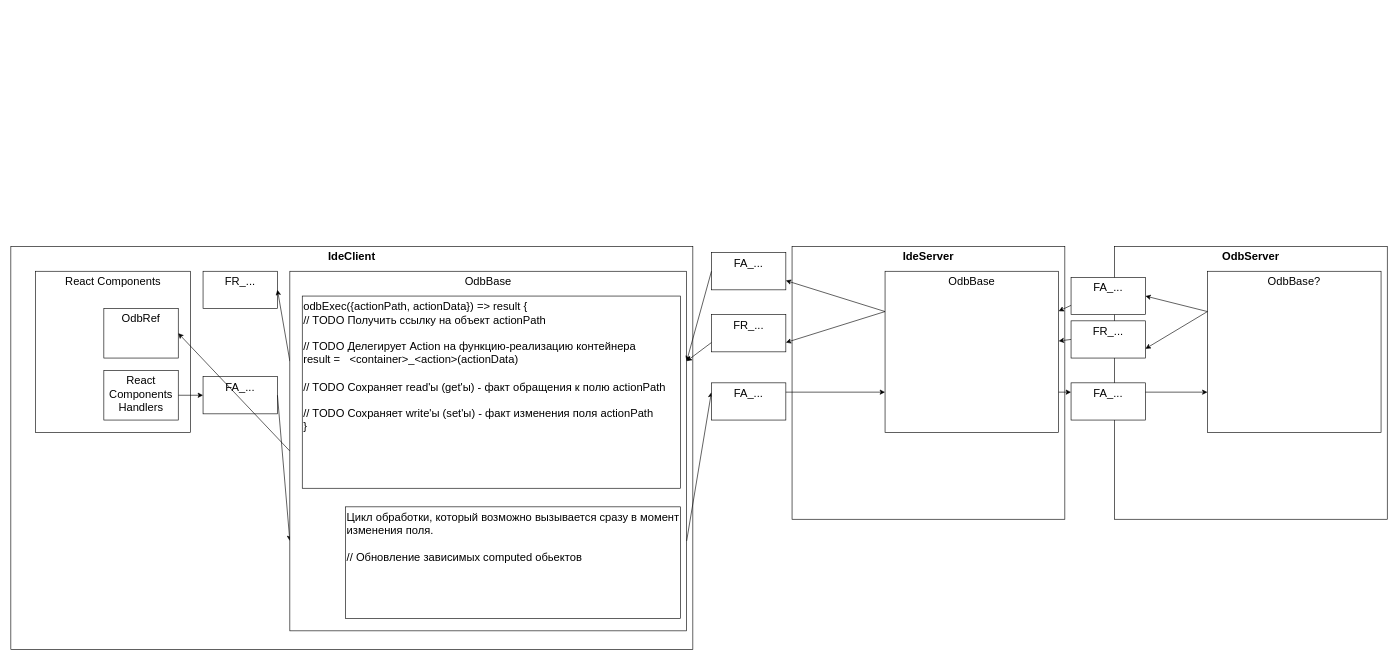
Earlier version of the draw.io diagram odb.drawio (yuyaryshev/draw_io_docs). Source tidied: cells renumbered, new cells numbered last; positions are measured from the earlier drawing's top-left corner, leaving out a move shared by most shapes. Both pictures are drawn from the tidied source at 62%, with x=0, y=0 at pixel (11, 246).
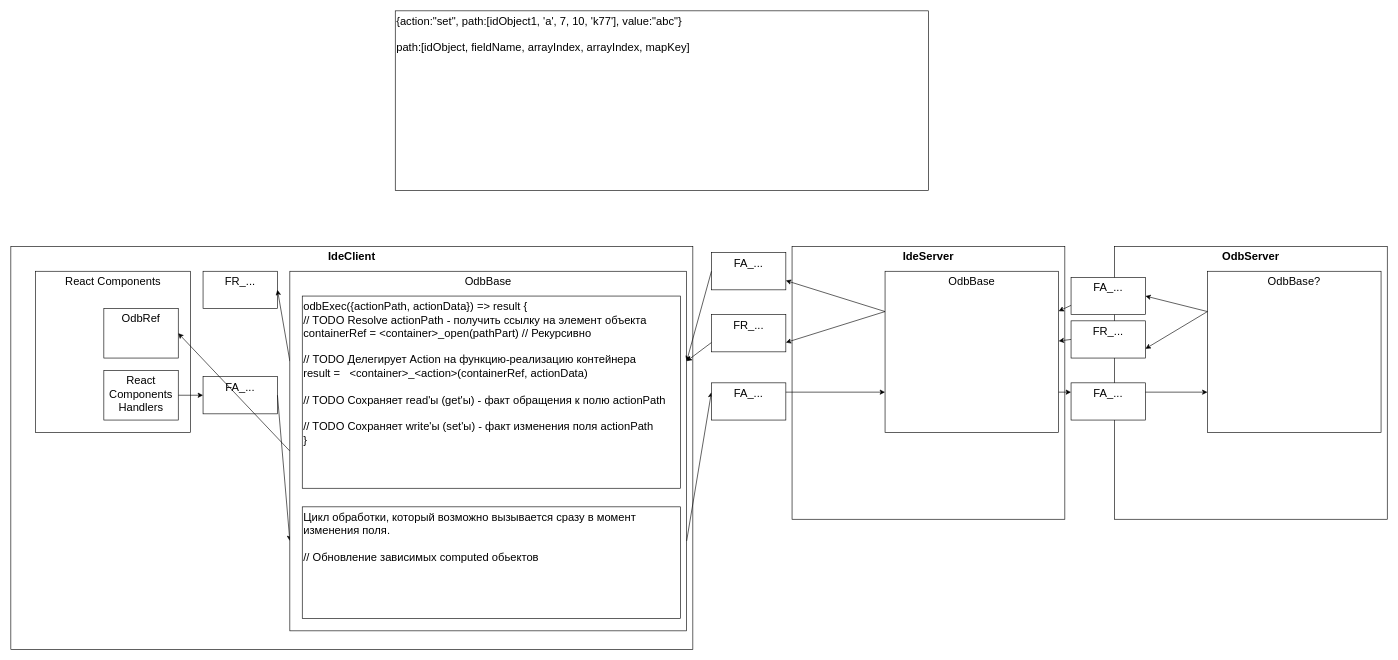
Above is the later version.

What changed in the source:
```diff
@@
-    <mxCell id="29" value="odbExec({actionPath, actionData}) =&amp;gt; result {&lt;br&gt;// TODO Получить ссылку на объект actionPath&lt;br&gt;&lt;br&gt;// TODO Делегирует Action на функцию-реализацию контейнера&lt;br&gt;result =&amp;nbsp; &amp;nbsp;&amp;lt;container&amp;gt;_&amp;lt;action&amp;gt;(actionData)&lt;br&gt;&lt;br&gt;// TODO Сохраняет read'ы (get'ы) - факт обращения к полю actionPath&lt;br&gt;&lt;br&gt;// TODO Сохраняет write'ы (set'ы) - факт изменения поля actionPath&lt;br&gt;}" style="rounded=0;whiteSpace=wrap;html=1;fontSize=18;verticalAlign=top;align=left;" parent="1" vertex="1">
+    <mxCell id="29" value="odbExec({actionPath, actionData}) =&amp;gt; result {&lt;br&gt;// TODO Resolve actionPath - получить ссылку на элемент объекта&lt;br&gt;containerRef = &amp;lt;container&amp;gt;_open(pathPart) // Рекурсивно&lt;br&gt;&lt;br&gt;// TODO Делегирует Action на функцию-реализацию контейнера&lt;br&gt;result =&amp;nbsp; &amp;nbsp;&amp;lt;container&amp;gt;_&amp;lt;action&amp;gt;(containerRef, actionData)&lt;br&gt;&lt;br&gt;// TODO Сохраняет read'ы (get'ы) - факт обращения к полю actionPath&lt;br&gt;&lt;br&gt;// TODO Сохраняет write'ы (set'ы) - факт изменения поля actionPath&lt;br&gt;}" style="rounded=0;whiteSpace=wrap;html=1;fontSize=18;verticalAlign=top;align=left;" parent="1" vertex="1">
       <mxGeometry x="470" y="80" width="610" height="310" as="geometry" />
     </mxCell>
     <mxCell id="30" value="Цикл обработки, который возможно вызывается сразу в момент изменения поля.&lt;br&gt;&lt;br&gt;// Обновление зависимых computed обьектов" style="rounded=0;whiteSpace=wrap;html=1;fontSize=18;verticalAlign=top;align=left;" parent="1" vertex="1">
-      <mxGeometry x="540" y="420" width="540" height="180" as="geometry" />
+      <mxGeometry x="470" y="420" width="610" height="180" as="geometry" />
     </mxCell>
@@
+    <mxCell id="37" value="{action:&quot;set&quot;, path:[idObject1, 'a', 7, 10, 'k77'], value:&quot;abc&quot;}&lt;br&gt;&lt;br&gt;path:[idObject, fieldName, arrayIndex, arrayIndex, mapKey]&lt;br&gt;&lt;br&gt;" style="rounded=0;whiteSpace=wrap;html=1;fontSize=18;align=left;verticalAlign=top;" parent="1" vertex="1">
+      <mxGeometry x="620" y="-380" width="860" height="290" as="geometry" />
+    </mxCell>
```
